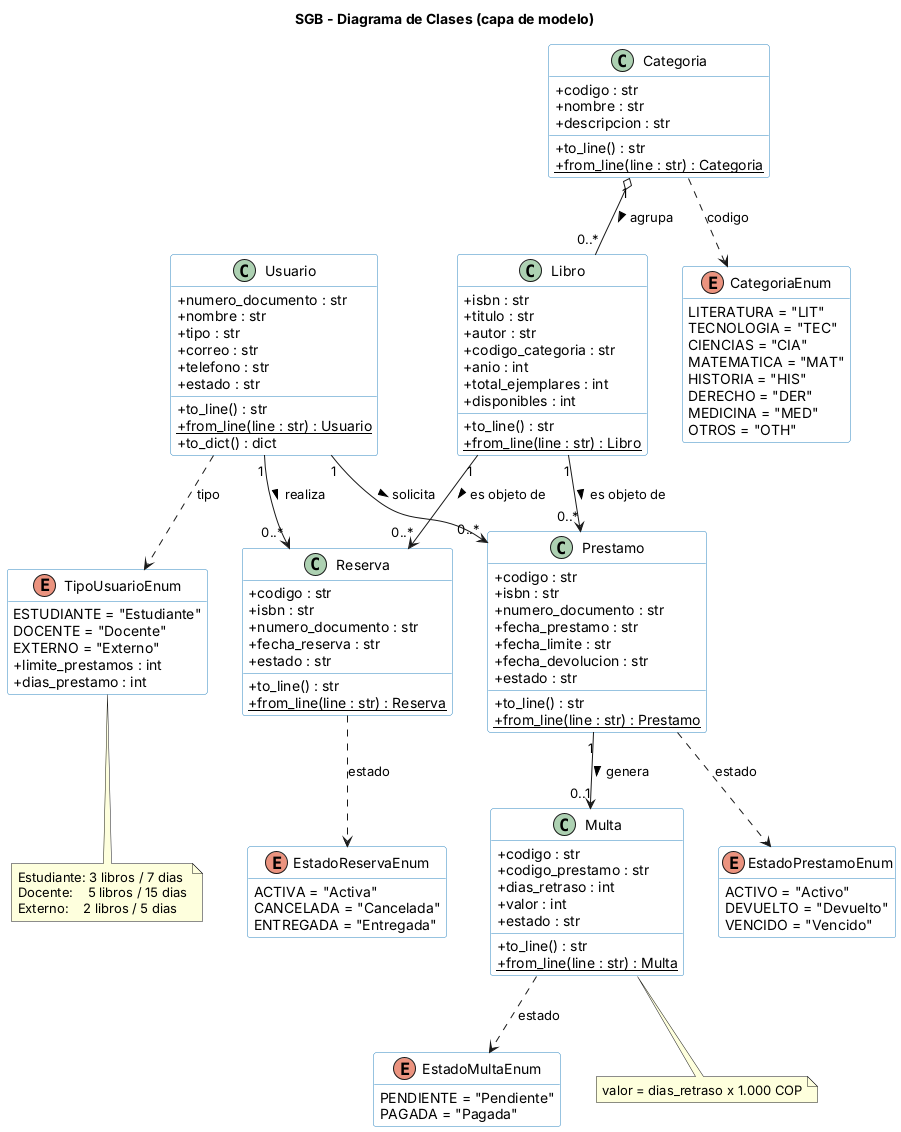
Before: docs/img/diagrama_clases.png, a diagram exported from PlantUML (RR-source-k/sgb-sistema-bibliotecaria). Its source is kept beside it as puml/diagrama_clases.puml. Source of this version:
```plantuml
@startuml diagrama_clases
title SGB - Diagrama de Clases (capa de modelo)
skinparam classAttributeIconSize 0
skinparam shadowing false
skinparam class {
  BackgroundColor #FFFFFF
  BorderColor #2E86C1
}
hide empty members

enum TipoUsuarioEnum {
  ESTUDIANTE = "Estudiante"
  DOCENTE = "Docente"
  EXTERNO = "Externo"
  +limite_prestamos : int
  +dias_prestamo : int
}

enum EstadoPrestamoEnum {
  ACTIVO = "Activo"
  DEVUELTO = "Devuelto"
  VENCIDO = "Vencido"
}

enum EstadoMultaEnum {
  PENDIENTE = "Pendiente"
  PAGADA = "Pagada"
}

enum EstadoReservaEnum {
  ACTIVA = "Activa"
  CANCELADA = "Cancelada"
  ENTREGADA = "Entregada"
}

enum CategoriaEnum {
  LITERATURA = "LIT"
  TECNOLOGIA = "TEC"
  CIENCIAS = "CIA"
  MATEMATICA = "MAT"
  HISTORIA = "HIS"
  DERECHO = "DER"
  MEDICINA = "MED"
  OTROS = "OTH"
}

class Usuario {
  +numero_documento : str
  +nombre : str
  +tipo : str
  +correo : str
  +telefono : str
  +estado : str
  +to_line() : str
  +from_line(line : str) : Usuario {static}
  +to_dict() : dict
}

class Categoria {
  +codigo : str
  +nombre : str
  +descripcion : str
  +to_line() : str
  +from_line(line : str) : Categoria {static}
}

class Libro {
  +isbn : str
  +titulo : str
  +autor : str
  +codigo_categoria : str
  +anio : int
  +total_ejemplares : int
  +disponibles : int
  +to_line() : str
  +from_line(line : str) : Libro {static}
}

class Prestamo {
  +codigo : str
  +isbn : str
  +numero_documento : str
  +fecha_prestamo : str
  +fecha_limite : str
  +fecha_devolucion : str
  +estado : str
  +to_line() : str
  +from_line(line : str) : Prestamo {static}
}

class Multa {
  +codigo : str
  +codigo_prestamo : str
  +dias_retraso : int
  +valor : int
  +estado : str
  +to_line() : str
  +from_line(line : str) : Multa {static}
}

class Reserva {
  +codigo : str
  +isbn : str
  +numero_documento : str
  +fecha_reserva : str
  +estado : str
  +to_line() : str
  +from_line(line : str) : Reserva {static}
}

Categoria "1" o-- "0..*" Libro : agrupa >
Usuario "1" --> "0..*" Prestamo : solicita >
Libro "1" --> "0..*" Prestamo : es objeto de >
Prestamo "1" --> "0..1" Multa : genera >
Usuario "1" --> "0..*" Reserva : realiza >
Libro "1" --> "0..*" Reserva : es objeto de >

Usuario ..> TipoUsuarioEnum : tipo
Prestamo ..> EstadoPrestamoEnum : estado
Multa ..> EstadoMultaEnum : estado
Reserva ..> EstadoReservaEnum : estado
Categoria ..> CategoriaEnum : codigo

note bottom of Multa
  valor = dias_retraso x 1.000 COP
end note

note bottom of TipoUsuarioEnum
  Estudiante: 3 libros / 7 dias
  Docente:    5 libros / 15 dias
  Externo:    2 libros / 5 dias
end note
@enduml
```
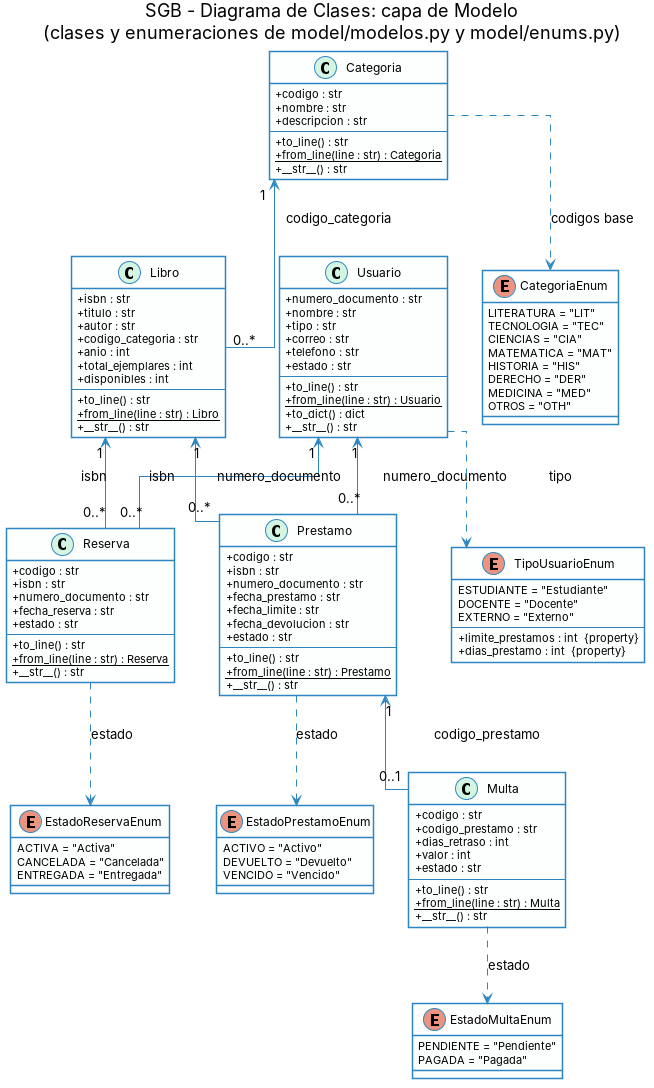
After the commit.

The edit, as a diff of the source:
```diff
@@ -1,19 +1,100 @@
-@startuml diagrama_clases
-title SGB - Diagrama de Clases (capa de modelo)
+@startuml
+title SGB - Diagrama de Clases: capa de Modelo\n(clases y enumeraciones de model/modelos.py y model/enums.py)
+
 skinparam classAttributeIconSize 0
 skinparam shadowing false
+skinparam defaultFontName Helvetica
+skinparam linetype ortho
 skinparam class {
-  BackgroundColor #FFFFFF
+  BackgroundColor #FDFEFE
   BorderColor #2E86C1
+  ArrowColor #2E86C1
 }
-hide empty members
+skinparam stereotypeCBackgroundColor #D5F5E3
+
+class Usuario {
+  +numero_documento : str
+  +nombre : str
+  +tipo : str
+  +correo : str
+  +telefono : str
+  +estado : str
+  --
+  +to_line() : str
+  {static} +from_line(line : str) : Usuario
+  +to_dict() : dict
+  +__str__() : str
+}
+
+class Categoria {
+  +codigo : str
+  +nombre : str
+  +descripcion : str
+  --
+  +to_line() : str
+  {static} +from_line(line : str) : Categoria
+  +__str__() : str
+}
+
+class Libro {
+  +isbn : str
+  +titulo : str
+  +autor : str
+  +codigo_categoria : str
+  +anio : int
+  +total_ejemplares : int
+  +disponibles : int
+  --
+  +to_line() : str
+  {static} +from_line(line : str) : Libro
+  +__str__() : str
+}
+
+class Prestamo {
+  +codigo : str
+  +isbn : str
+  +numero_documento : str
+  +fecha_prestamo : str
+  +fecha_limite : str
+  +fecha_devolucion : str
+  +estado : str
+  --
+  +to_line() : str
+  {static} +from_line(line : str) : Prestamo
+  +__str__() : str
+}
+
+class Multa {
+  +codigo : str
+  +codigo_prestamo : str
+  +dias_retraso : int
+  +valor : int
+  +estado : str
+  --
+  +to_line() : str
+  {static} +from_line(line : str) : Multa
+  +__str__() : str
+}
+
+class Reserva {
+  +codigo : str
+  +isbn : str
+  +numero_documento : str
+  +fecha_reserva : str
+  +estado : str
+  --
+  +to_line() : str
+  {static} +from_line(line : str) : Reserva
+  +__str__() : str
+}
 
 enum TipoUsuarioEnum {
   ESTUDIANTE = "Estudiante"
   DOCENTE = "Docente"
   EXTERNO = "Externo"
-  +limite_prestamos : int
-  +dias_prestamo : int
+  --
+  +limite_prestamos : int  {property}
+  +dias_prestamo : int  {property}
 }
 
 enum EstadoPrestamoEnum {
@@ -44,90 +125,17 @@
   OTROS = "OTH"
 }
 
-class Usuario {
-  +numero_documento : str
-  +nombre : str
-  +tipo : str
-  +correo : str
-  +telefono : str
-  +estado : str
-  +to_line() : str
-  +from_line(line : str) : Usuario {static}
-  +to_dict() : dict
-}
-
-class Categoria {
-  +codigo : str
-  +nombre : str
-  +descripcion : str
-  +to_line() : str
-  +from_line(line : str) : Categoria {static}
-}
-
-class Libro {
-  +isbn : str
-  +titulo : str
-  +autor : str
-  +codigo_categoria : str
-  +anio : int
-  +total_ejemplares : int
-  +disponibles : int
-  +to_line() : str
-  +from_line(line : str) : Libro {static}
-}
-
-class Prestamo {
-  +codigo : str
-  +isbn : str
-  +numero_documento : str
-  +fecha_prestamo : str
-  +fecha_limite : str
-  +fecha_devolucion : str
-  +estado : str
-  +to_line() : str
-  +from_line(line : str) : Prestamo {static}
-}
-
-class Multa {
-  +codigo : str
-  +codigo_prestamo : str
-  +dias_retraso : int
-  +valor : int
-  +estado : str
-  +to_line() : str
-  +from_line(line : str) : Multa {static}
-}
-
-class Reserva {
-  +codigo : str
-  +isbn : str
-  +numero_documento : str
-  +fecha_reserva : str
-  +estado : str
-  +to_line() : str
-  +from_line(line : str) : Reserva {static}
-}
-
-Categoria "1" o-- "0..*" Libro : agrupa >
-Usuario "1" --> "0..*" Prestamo : solicita >
-Libro "1" --> "0..*" Prestamo : es objeto de >
-Prestamo "1" --> "0..1" Multa : genera >
-Usuario "1" --> "0..*" Reserva : realiza >
-Libro "1" --> "0..*" Reserva : es objeto de >
+Usuario "1" <-- "0..*" Prestamo : numero_documento
+Usuario "1" <-- "0..*" Reserva : numero_documento
+Libro "1" <-- "0..*" Prestamo : isbn
+Libro "1" <-- "0..*" Reserva : isbn
+Categoria "1" <-- "0..*" Libro : codigo_categoria
+Prestamo "1" <-- "0..1" Multa : codigo_prestamo
 
 Usuario ..> TipoUsuarioEnum : tipo
 Prestamo ..> EstadoPrestamoEnum : estado
 Multa ..> EstadoMultaEnum : estado
 Reserva ..> EstadoReservaEnum : estado
-Categoria ..> CategoriaEnum : codigo
+Categoria ..> CategoriaEnum : codigos base
 
-note bottom of Multa
-  valor = dias_retraso x 1.000 COP
-end note
-
-note bottom of TipoUsuarioEnum
-  Estudiante: 3 libros / 7 dias
-  Docente:    5 libros / 15 dias
-  Externo:    2 libros / 5 dias
-end note
 @enduml
```
